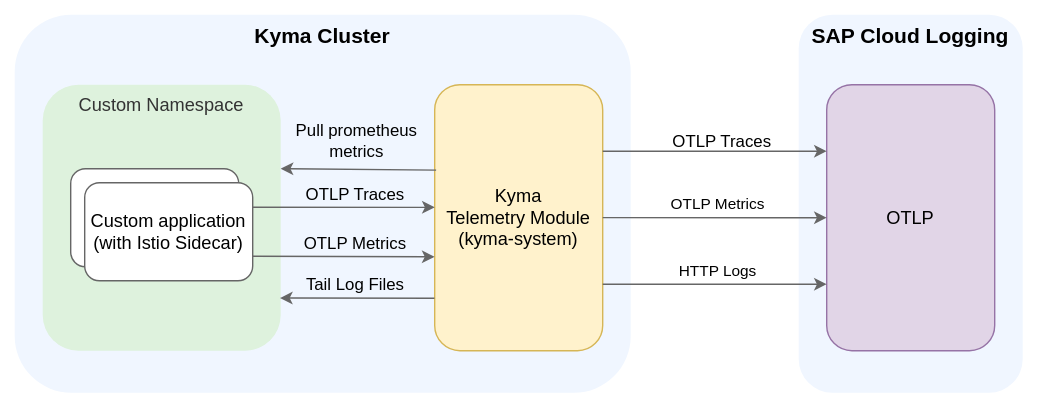
Before: docs/user/integration/assets/sap-cloud-logging.drawio.svg, a diagram exported from draw.io (kyma-project/telemetry-manager). Source tidied: cells renumbered, new cells last; positions are measured from the earlier drawing's top-left corner, leaving out a move shared by most shapes.
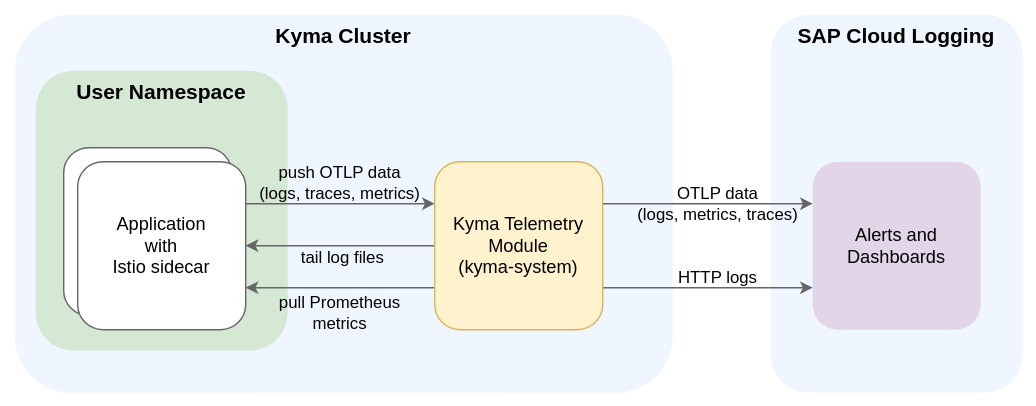
The same diagram one commit later.

Change to the diagram source:
```diff
@@ -3,92 +3,77 @@
     <mxCell id="0" />
     <mxCell id="1" parent="0" />
     <mxCell id="2" style="rounded=0;whiteSpace=wrap;html=1;strokeColor=none;" parent="1" vertex="1">
-      <mxGeometry width="750" height="290" as="geometry" />
+      <mxGeometry width="740" height="290" as="geometry" />
     </mxCell>
-    <mxCell id="3" value="&lt;b&gt;&lt;font style=&quot;font-size: 15px;&quot;&gt;Kyma Cluster&lt;br&gt;&lt;/font&gt;&lt;/b&gt;" style="rounded=1;whiteSpace=wrap;html=1;fillColor=#F0F6FF;strokeColor=none;verticalAlign=top;" parent="1" vertex="1">
-      <mxGeometry x="10" y="10" width="440" height="270" as="geometry" />
+    <mxCell id="3" value="&lt;b&gt;&lt;font style=&quot;font-size: 15px;&quot;&gt;Kyma Cluster&lt;br&gt;&lt;/font&gt;&lt;/b&gt;" style="rounded=1;whiteSpace=wrap;html=1;fillColor=#F0F6FF;strokeColor=none;verticalAlign=top;fontColor=#000000;" parent="1" vertex="1">
+      <mxGeometry x="10" y="10" width="470" height="270" as="geometry" />
     </mxCell>
-    <mxCell id="4" value="&lt;font style=&quot;font-size: 13px;&quot;&gt;Custom Namespace&lt;br&gt;&lt;/font&gt;" style="rounded=1;whiteSpace=wrap;html=1;fillColor=#DEF2DD;fontColor=#333333;strokeColor=none;verticalAlign=top;" parent="1" vertex="1">
-      <mxGeometry x="30" y="60" width="170" height="190" as="geometry" />
-    </mxCell>
-    <mxCell id="5" value="&lt;font style=&quot;font-size: 13px;&quot;&gt;Kyma &lt;br&gt;Telemetry Module&lt;br style=&quot;border-color: var(--border-color);&quot;&gt;(kyma-system)&lt;/font&gt;" style="rounded=1;whiteSpace=wrap;html=1;fillColor=#fff2cc;strokeColor=#d6b656;" parent="1" vertex="1">
-      <mxGeometry x="310" y="60" width="120" height="190" as="geometry" />
-    </mxCell>
-    <mxCell id="6" style="edgeStyle=none;rounded=1;jettySize=auto;html=1;exitX=1;exitY=0.25;exitDx=0;exitDy=0;strokeColor=#666666;entryX=0;entryY=0.461;entryDx=0;entryDy=0;entryPerimeter=0;" parent="1" edge="1" source="15" target="5">
-      <mxGeometry relative="1" as="geometry" />
-    </mxCell>
-    <mxCell id="7" value="OTLP Traces" style="edgeLabel;html=1;align=center;verticalAlign=middle;labelBackgroundColor=none;fontStyle=0;fontSize=12;" parent="6" vertex="1">
-      <mxGeometry x="-0.29" y="2" relative="1" as="geometry">
-        <mxPoint x="26" y="-7" as="offset" />
-      </mxGeometry>
-    </mxCell>
-    <mxCell id="8" style="edgeStyle=none;rounded=1;jettySize=auto;html=1;exitX=1;exitY=0.75;exitDx=0;exitDy=0;strokeColor=#666666;entryX=-0.001;entryY=0.647;entryDx=0;entryDy=0;entryPerimeter=0;" parent="1" edge="1" source="15" target="5">
-      <mxGeometry relative="1" as="geometry" />
-    </mxCell>
-    <mxCell id="9" value="OTLP Metrics" style="edgeLabel;html=1;align=center;verticalAlign=middle;fontSize=12;fontStyle=0;labelBackgroundColor=none;" parent="8" vertex="1">
-      <mxGeometry x="-0.1" y="2" relative="1" as="geometry">
-        <mxPoint x="14" y="-7" as="offset" />
-      </mxGeometry>
-    </mxCell>
-    <mxCell id="10" style="rounded=1;whiteSpace=wrap;html=1;fontSize=13;fontStyle=0;strokeColor=#666666;" parent="1" vertex="1">
-      <mxGeometry x="50" y="120" width="120" height="70" as="geometry" />
-    </mxCell>
-    <mxCell id="11" value="&lt;font style=&quot;font-size: 12px;&quot;&gt;OTLP Traces&lt;/font&gt;" style="edgeLabel;html=1;align=center;verticalAlign=middle;fontStyle=0;labelBackgroundColor=none;fontSize=12;" parent="1" vertex="1">
-      <mxGeometry x="527.9" y="87" as="geometry">
-        <mxPoint x="-13" y="13" as="offset" />
-      </mxGeometry>
-    </mxCell>
+    <mxCell id="25" value="&lt;font style=&quot;&quot;&gt;&lt;font style=&quot;font-size: 15px;&quot;&gt;&lt;b&gt;User Namespace&lt;/b&gt;&lt;/font&gt;&lt;br&gt;&lt;/font&gt;" style="rounded=1;whiteSpace=wrap;html=1;fillColor=#d5e8d4;strokeColor=none;verticalAlign=top;" parent="1" vertex="1">
+      <mxGeometry x="25" y="50" width="180" height="200" as="geometry" />
+    </mxCell>
-    <mxCell id="12" style="edgeStyle=orthogonalEdgeStyle;rounded=0;orthogonalLoop=1;jettySize=auto;html=1;exitX=0.5;exitY=1;exitDx=0;exitDy=0;" parent="1" edge="1" source="5" target="5">
-      <mxGeometry relative="1" as="geometry" />
+    <mxCell id="12" style="edgeStyle=orthogonalEdgeStyle;rounded=0;orthogonalLoop=1;jettySize=auto;html=1;exitX=0.5;exitY=1;exitDx=0;exitDy=0;" parent="1" edge="1">
+      <mxGeometry relative="1" as="geometry">
+        <mxPoint x="372" y="250" as="sourcePoint" />
+        <mxPoint x="372" y="250" as="targetPoint" />
+      </mxGeometry>
     </mxCell>
-    <mxCell id="13" style="edgeStyle=none;rounded=1;jettySize=auto;html=1;exitX=-0.001;exitY=0.803;exitDx=0;exitDy=0;strokeColor=#666666;entryX=0.997;entryY=0.802;entryDx=0;entryDy=0;exitPerimeter=0;entryPerimeter=0;" parent="1" edge="1" source="5" target="4">
-      <mxGeometry relative="1" as="geometry" />
-    </mxCell>
-    <mxCell id="14" value="Tail Log Files" style="edgeLabel;html=1;align=center;verticalAlign=middle;fontSize=12;fontStyle=0;labelBackgroundColor=none;" parent="13" vertex="1">
-      <mxGeometry x="-0.1" y="2" relative="1" as="geometry">
-        <mxPoint x="-7" y="-12" as="offset" />
-      </mxGeometry>
-    </mxCell>
-    <mxCell id="15" value="Custom application&lt;br&gt;(with Istio Sidecar)" style="rounded=1;whiteSpace=wrap;html=1;fontSize=13;fontStyle=0;strokeColor=#666666;" parent="1" vertex="1">
-      <mxGeometry x="60" y="130" width="120" height="70" as="geometry" />
-    </mxCell>
-    <mxCell id="16" style="edgeStyle=none;rounded=1;orthogonalLoop=1;jettySize=auto;html=1;exitX=-0.001;exitY=0.803;exitDx=0;exitDy=0;strokeColor=#666666;entryX=0.997;entryY=0.802;entryDx=0;entryDy=0;exitPerimeter=0;entryPerimeter=0;" parent="1" edge="1">
-      <mxGeometry relative="1" as="geometry">
-        <mxPoint x="311" y="121" as="sourcePoint" />
-        <mxPoint x="200" y="120" as="targetPoint" />
-      </mxGeometry>
-    </mxCell>
-    <mxCell id="17" value="Pull prometheus&lt;br&gt;metrics" style="edgeLabel;html=1;align=center;verticalAlign=middle;fontSize=12;fontStyle=0;labelBackgroundColor=none;" parent="16" vertex="1">
-      <mxGeometry x="-0.1" y="2" relative="1" as="geometry">
-        <mxPoint x="-7" y="-23" as="offset" />
-      </mxGeometry>
-    </mxCell>
-    <mxCell id="18" value="&lt;font style=&quot;font-size: 15px;&quot;&gt;&lt;b&gt;SAP Cloud Logging&lt;br&gt;&lt;/b&gt;&lt;/font&gt;" style="rounded=1;whiteSpace=wrap;html=1;fillColor=#F0F6FF;strokeColor=none;verticalAlign=top;" parent="1" vertex="1">
-      <mxGeometry x="570" y="10" width="160" height="270" as="geometry" />
+    <mxCell id="18" value="&lt;font style=&quot;font-size: 15px;&quot;&gt;&lt;b&gt;SAP Cloud Logging&lt;br&gt;&lt;/b&gt;&lt;/font&gt;" style="rounded=1;whiteSpace=wrap;html=1;fillColor=#F0F6FF;strokeColor=none;verticalAlign=top;fontColor=#000000;" parent="1" vertex="1">
+      <mxGeometry x="550" y="10" width="180" height="270" as="geometry" />
     </mxCell>
-    <mxCell id="19" value="&lt;span style=&quot;font-size: 13px;&quot;&gt;OTLP&lt;/span&gt;" style="rounded=1;whiteSpace=wrap;html=1;fillColor=#e1d5e7;strokeColor=#9673a6;" parent="1" vertex="1">
-      <mxGeometry x="590" y="60" width="120" height="190" as="geometry" />
+    <mxCell id="19" value="&lt;span style=&quot;font-size: 13px;&quot;&gt;Alerts and Dashboards&lt;/span&gt;" style="rounded=1;whiteSpace=wrap;html=1;fillColor=#e1d5e7;strokeColor=none;" parent="1" vertex="1">
+      <mxGeometry x="580" y="115" width="120" height="120" as="geometry" />
     </mxCell>
-    <mxCell id="20" style="edgeStyle=none;rounded=1;jettySize=auto;html=1;exitX=1;exitY=0.25;exitDx=0;exitDy=0;strokeColor=#666666;entryX=0;entryY=0.25;entryDx=0;entryDy=0;" parent="1" edge="1" source="5" target="19">
-      <mxGeometry relative="1" as="geometry" />
-    </mxCell>
-    <mxCell id="21" style="edgeStyle=none;rounded=1;jettySize=auto;html=1;exitX=1;exitY=0.305;exitDx=0;exitDy=0;entryX=0;entryY=0.5;entryDx=0;entryDy=0;strokeColor=#666666;exitPerimeter=0;" parent="1" edge="1" target="19">
-      <mxGeometry relative="1" as="geometry">
-        <mxPoint x="430" y="155" as="sourcePoint" />
-      </mxGeometry>
-    </mxCell>
-    <mxCell id="22" value="OTLP Metrics" style="edgeLabel;html=1;align=center;verticalAlign=middle;" parent="21" vertex="1">
-      <mxGeometry x="0.2" y="-2" relative="1" as="geometry">
-        <mxPoint x="-14" y="-12" as="offset" />
-      </mxGeometry>
-    </mxCell>
-    <mxCell id="23" style="edgeStyle=none;rounded=1;jettySize=auto;html=1;exitX=1;exitY=0.75;exitDx=0;exitDy=0;strokeColor=#666666;entryX=0;entryY=0.75;entryDx=0;entryDy=0;" parent="1" edge="1" source="5" target="19">
-      <mxGeometry relative="1" as="geometry" />
-    </mxCell>
-    <mxCell id="24" value="HTTP Logs" style="edgeLabel;html=1;align=center;verticalAlign=middle;" parent="23" vertex="1">
-      <mxGeometry x="0.14" y="1" relative="1" as="geometry">
-        <mxPoint x="-10" y="-9" as="offset" />
-      </mxGeometry>
-    </mxCell>
+    <mxCell id="26" style="edgeStyle=none;rounded=1;jettySize=auto;html=1;exitX=1;exitY=0.25;exitDx=0;exitDy=0;strokeColor=#666666;entryX=0;entryY=0.25;entryDx=0;entryDy=0;" parent="1" edge="1" source="33" target="5">
+      <mxGeometry relative="1" as="geometry" />
+    </mxCell>
+    <mxCell id="27" value="push OTLP data&lt;br&gt;&lt;div&gt;(logs, traces, metrics)&lt;/div&gt;" style="edgeLabel;html=1;align=center;verticalAlign=middle;fontSize=12;fontStyle=0;labelBackgroundColor=none;fontColor=#000000;" parent="26" vertex="1">
+      <mxGeometry x="-0.1" y="2" relative="1" as="geometry">
+        <mxPoint x="5" y="-14" as="offset" />
+      </mxGeometry>
+    </mxCell>
+    <mxCell id="28" style="rounded=1;whiteSpace=wrap;html=1;fontSize=13;fontStyle=0;strokeColor=#666666;fillColor=#FFFFFF;" parent="1" vertex="1">
+      <mxGeometry x="45" y="105" width="120" height="120" as="geometry" />
+    </mxCell>
+    <mxCell id="29" value="OTLP data&lt;div&gt;(logs, metrics, traces)&lt;/div&gt;" style="edgeLabel;html=1;align=center;verticalAlign=middle;fontStyle=0;labelBackgroundColor=none;fontSize=12;fontColor=#000000;" parent="1" vertex="1">
+      <mxGeometry x="520" y="142" as="geometry">
+        <mxPoint x="-9" y="2" as="offset" />
+      </mxGeometry>
+    </mxCell>
+    <mxCell id="30" style="edgeStyle=orthogonalEdgeStyle;rounded=0;orthogonalLoop=1;jettySize=auto;html=1;exitX=0.5;exitY=1;exitDx=0;exitDy=0;" parent="1" edge="1" source="5" target="5">
+      <mxGeometry relative="1" as="geometry" />
+    </mxCell>
+    <mxCell id="31" style="rounded=1;jettySize=auto;html=1;exitX=0;exitY=0.75;exitDx=0;exitDy=0;strokeColor=#666666;entryX=1;entryY=0.75;entryDx=0;entryDy=0;" parent="1" edge="1" source="5" target="33">
+      <mxGeometry relative="1" as="geometry" />
+    </mxCell>
+    <mxCell id="32" value="pull Prometheus&amp;nbsp;&lt;div&gt;metrics&lt;/div&gt;" style="edgeLabel;html=1;align=center;verticalAlign=middle;fontSize=12;fontStyle=0;labelBackgroundColor=none;fontColor=#000000;" parent="31" vertex="1">
+      <mxGeometry x="-0.1" y="2" relative="1" as="geometry">
+        <mxPoint x="-8" y="15" as="offset" />
+      </mxGeometry>
+    </mxCell>
+    <mxCell id="33" value="Application&lt;br&gt;with&amp;nbsp;&lt;div&gt;Istio sidecar&lt;/div&gt;" style="rounded=1;whiteSpace=wrap;html=1;fontSize=13;fontStyle=0;strokeColor=#666666;fillColor=#FFFFFF;" parent="1" vertex="1">
+      <mxGeometry x="55" y="115" width="120" height="120" as="geometry" />
+    </mxCell>
+    <mxCell id="34" style="edgeStyle=none;rounded=1;jettySize=auto;html=1;exitX=1;exitY=0.25;exitDx=0;exitDy=0;strokeColor=#666666;entryX=0;entryY=0.25;entryDx=0;entryDy=0;" parent="1" edge="1" source="5" target="19">
+      <mxGeometry relative="1" as="geometry" />
+    </mxCell>
+    <mxCell id="35" style="edgeStyle=none;rounded=1;jettySize=auto;html=1;exitX=1;exitY=0.75;exitDx=0;exitDy=0;strokeColor=#666666;entryX=0;entryY=0.75;entryDx=0;entryDy=0;" parent="1" edge="1" source="5" target="19">
+      <mxGeometry relative="1" as="geometry" />
+    </mxCell>
+    <mxCell id="36" value="HTTP logs" style="edgeLabel;html=1;align=center;verticalAlign=middle;labelBackgroundColor=none;fontSize=12;fontColor=#000000;" parent="35" vertex="1">
+      <mxGeometry x="0.14" y="1" relative="1" as="geometry">
+        <mxPoint x="-5" y="-7" as="offset" />
+      </mxGeometry>
+    </mxCell>
+    <mxCell id="37" style="rounded=1;jettySize=auto;html=1;exitX=0;exitY=0.5;exitDx=0;exitDy=0;strokeColor=#666666;entryX=1;entryY=0.5;entryDx=0;entryDy=0;" parent="1" edge="1" source="5" target="33">
+      <mxGeometry relative="1" as="geometry" />
+    </mxCell>
+    <mxCell id="38" value="tail log files" style="edgeLabel;html=1;align=center;verticalAlign=middle;fontSize=12;fontStyle=0;labelBackgroundColor=none;fontColor=#000000;" parent="37" vertex="1">
+      <mxGeometry x="-0.1" y="2" relative="1" as="geometry">
+        <mxPoint x="-6" y="6" as="offset" />
+      </mxGeometry>
+    </mxCell>
+    <mxCell id="5" value="&lt;font style=&quot;font-size: 13px;&quot;&gt;Kyma Telemetry&amp;nbsp;&lt;/font&gt;&lt;div&gt;&lt;font style=&quot;font-size: 13px;&quot;&gt;Module&lt;br&gt;(kyma-system)&lt;br&gt;&lt;/font&gt;&lt;/div&gt;" style="rounded=1;whiteSpace=wrap;html=1;fillColor=#fff2cc;strokeColor=#D6B656;" parent="1" vertex="1">
+      <mxGeometry x="310" y="115" width="120" height="120" as="geometry" />
+    </mxCell>
   </root>
 </mxGraphModel>
```
